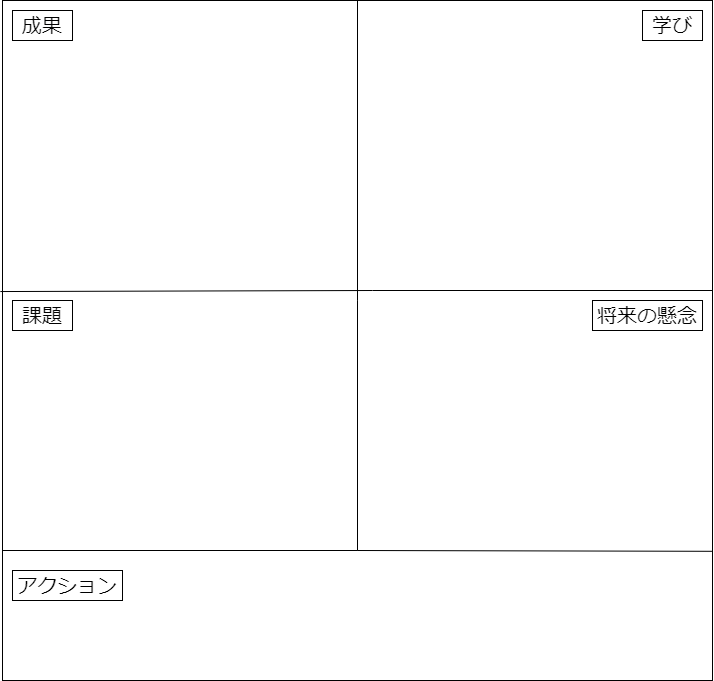
The draw.io diagram images/chap-yumechi/flap.png in onestop-techbook/Agile100, before a commit. Source tidied: cells renumbered, new cells last; positions are measured from the earlier drawing's top-left corner, leaving out a move shared by most shapes. Its diagram source:
```xml
<mxGraphModel>
  <root>
    <mxCell id="0" />
    <mxCell id="1" parent="0" />
    <mxCell id="2" style="rounded=0;whiteSpace=wrap;html=1;" parent="1" vertex="1">
      <mxGeometry width="710" height="680" as="geometry" />
    </mxCell>
    <mxCell id="3" style="endArrow=none;html=1;rounded=0;entryX=0.999;entryY=0.81;entryDx=0;entryDy=0;entryPerimeter=0;" parent="1" edge="1" target="2">
      <mxGeometry relative="1" as="geometry">
        <mxPoint y="550" as="sourcePoint" />
        <Array as="points">
          <mxPoint x="355" y="550" />
        </Array>
      </mxGeometry>
    </mxCell>
    <mxCell id="4" style="endArrow=none;html=1;rounded=0;exitX=-0.003;exitY=0.428;exitDx=0;exitDy=0;exitPerimeter=0;" parent="1" edge="1" source="2" target="2">
      <mxGeometry relative="1" as="geometry">
        <Array as="points">
          <mxPoint x="370" y="290" />
          <mxPoint x="710" y="290" />
        </Array>
      </mxGeometry>
    </mxCell>
    <mxCell id="5" style="endArrow=none;html=1;rounded=0;exitX=0.5;exitY=0;exitDx=0;exitDy=0;" parent="1" edge="1" source="2">
      <mxGeometry relative="1" as="geometry">
        <mxPoint x="355" y="300" as="targetPoint" />
        <Array as="points">
          <mxPoint x="355" y="300" />
          <mxPoint x="355" y="550" />
        </Array>
      </mxGeometry>
    </mxCell>
    <mxCell id="6" value="&lt;font style=&quot;font-size: 20px&quot;&gt;成果&lt;/font&gt;" style="text;html=1;strokeColor=default;fillColor=none;align=center;verticalAlign=middle;whiteSpace=wrap;rounded=0;" parent="1" vertex="1">
      <mxGeometry x="10" y="10" width="60" height="30" as="geometry" />
    </mxCell>
    <mxCell id="7" value="&lt;span style=&quot;font-size: 20px&quot;&gt;学び&lt;/span&gt;" style="text;html=1;strokeColor=default;fillColor=none;align=center;verticalAlign=middle;whiteSpace=wrap;rounded=0;" parent="1" vertex="1">
      <mxGeometry x="640" y="10" width="60" height="30" as="geometry" />
    </mxCell>
    <mxCell id="8" value="&lt;span style=&quot;font-size: 20px&quot;&gt;課題&lt;/span&gt;" style="text;html=1;strokeColor=default;fillColor=none;align=center;verticalAlign=middle;whiteSpace=wrap;rounded=0;" parent="1" vertex="1">
      <mxGeometry x="10" y="300" width="60" height="30" as="geometry" />
    </mxCell>
    <mxCell id="9" value="&lt;span style=&quot;font-size: 20px&quot;&gt;将来の懸念&lt;/span&gt;" style="text;html=1;strokeColor=default;fillColor=none;align=center;verticalAlign=middle;whiteSpace=wrap;rounded=0;" parent="1" vertex="1">
      <mxGeometry x="590" y="300" width="110" height="30" as="geometry" />
    </mxCell>
    <mxCell id="10" value="&lt;span style=&quot;font-size: 20px&quot;&gt;アクション&lt;/span&gt;" style="text;html=1;strokeColor=default;fillColor=none;align=center;verticalAlign=middle;whiteSpace=wrap;rounded=0;" parent="1" vertex="1">
      <mxGeometry x="10" y="570" width="110" height="30" as="geometry" />
    </mxCell>
  </root>
</mxGraphModel>
```
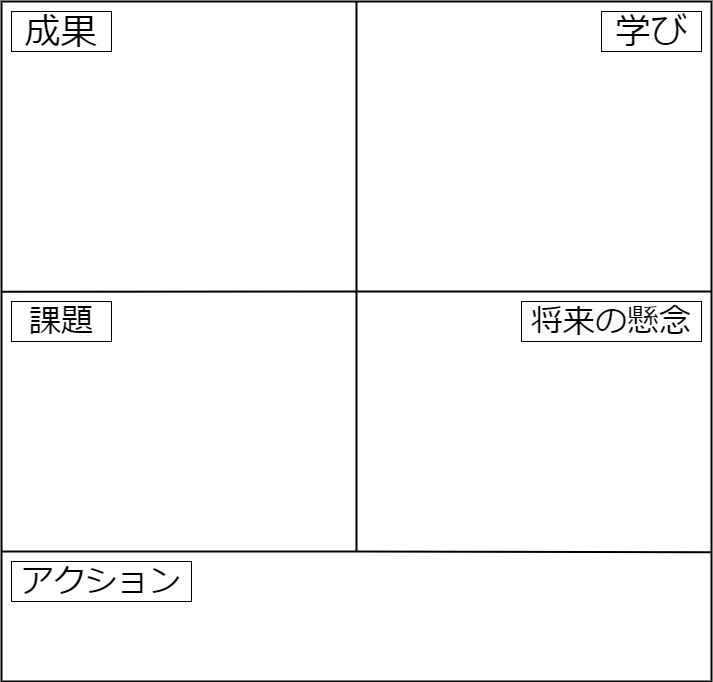
After the commit.

The edit, as a diff of the source:
```diff
@@ -2,10 +2,10 @@
   <root>
     <mxCell id="0" />
     <mxCell id="1" parent="0" />
-    <mxCell id="2" style="rounded=0;whiteSpace=wrap;html=1;" parent="1" vertex="1">
+    <mxCell id="2" style="rounded=0;whiteSpace=wrap;html=1;strokeWidth=2;" parent="1" vertex="1">
       <mxGeometry width="710" height="680" as="geometry" />
     </mxCell>
-    <mxCell id="3" style="endArrow=none;html=1;rounded=0;entryX=0.999;entryY=0.81;entryDx=0;entryDy=0;entryPerimeter=0;" parent="1" edge="1" target="2">
+    <mxCell id="3" style="endArrow=none;html=1;rounded=0;entryX=0.999;entryY=0.81;entryDx=0;entryDy=0;entryPerimeter=0;strokeWidth=2;" parent="1" edge="1" target="2">
       <mxGeometry relative="1" as="geometry">
         <mxPoint y="550" as="sourcePoint" />
         <Array as="points">
@@ -13,7 +13,7 @@
         </Array>
       </mxGeometry>
     </mxCell>
-    <mxCell id="4" style="endArrow=none;html=1;rounded=0;exitX=-0.003;exitY=0.428;exitDx=0;exitDy=0;exitPerimeter=0;" parent="1" edge="1" source="2" target="2">
+    <mxCell id="4" style="endArrow=none;html=1;rounded=0;exitX=0.001;exitY=0.427;exitDx=0;exitDy=0;exitPerimeter=0;strokeWidth=2;" parent="1" edge="1" source="2" target="2">
       <mxGeometry relative="1" as="geometry">
         <Array as="points">
           <mxPoint x="370" y="290" />
@@ -21,7 +21,7 @@
         </Array>
       </mxGeometry>
     </mxCell>
-    <mxCell id="5" style="endArrow=none;html=1;rounded=0;exitX=0.5;exitY=0;exitDx=0;exitDy=0;" parent="1" edge="1" source="2">
+    <mxCell id="5" style="endArrow=none;html=1;rounded=0;exitX=0.5;exitY=0;exitDx=0;exitDy=0;strokeWidth=2;" parent="1" edge="1" source="2">
       <mxGeometry relative="1" as="geometry">
         <mxPoint x="355" y="300" as="targetPoint" />
         <Array as="points">
@@ -30,20 +30,20 @@
         </Array>
       </mxGeometry>
     </mxCell>
-    <mxCell id="6" value="&lt;font style=&quot;font-size: 20px&quot;&gt;成果&lt;/font&gt;" style="text;html=1;strokeColor=default;fillColor=none;align=center;verticalAlign=middle;whiteSpace=wrap;rounded=0;" parent="1" vertex="1">
-      <mxGeometry x="10" y="10" width="60" height="30" as="geometry" />
+    <mxCell id="6" value="&lt;font style=&quot;font-size: 36px&quot;&gt;成果&lt;/font&gt;" style="text;html=1;strokeColor=default;fillColor=none;align=center;verticalAlign=middle;whiteSpace=wrap;rounded=0;" parent="1" vertex="1">
+      <mxGeometry x="10" y="10" width="100" height="40" as="geometry" />
     </mxCell>
-    <mxCell id="7" value="&lt;span style=&quot;font-size: 20px&quot;&gt;学び&lt;/span&gt;" style="text;html=1;strokeColor=default;fillColor=none;align=center;verticalAlign=middle;whiteSpace=wrap;rounded=0;" parent="1" vertex="1">
-      <mxGeometry x="640" y="10" width="60" height="30" as="geometry" />
+    <mxCell id="7" value="&lt;font style=&quot;font-size: 36px&quot;&gt;学び&lt;/font&gt;" style="text;html=1;strokeColor=default;fillColor=none;align=center;verticalAlign=middle;whiteSpace=wrap;rounded=0;" parent="1" vertex="1">
+      <mxGeometry x="600" y="10" width="100" height="40" as="geometry" />
     </mxCell>
-    <mxCell id="8" value="&lt;span style=&quot;font-size: 20px&quot;&gt;課題&lt;/span&gt;" style="text;html=1;strokeColor=default;fillColor=none;align=center;verticalAlign=middle;whiteSpace=wrap;rounded=0;" parent="1" vertex="1">
-      <mxGeometry x="10" y="300" width="60" height="30" as="geometry" />
+    <mxCell id="8" value="&lt;font style=&quot;font-size: 32px&quot;&gt;課題&lt;/font&gt;" style="text;html=1;strokeColor=default;fillColor=none;align=center;verticalAlign=middle;whiteSpace=wrap;rounded=0;" parent="1" vertex="1">
+      <mxGeometry x="10" y="300" width="100" height="40" as="geometry" />
     </mxCell>
-    <mxCell id="9" value="&lt;span style=&quot;font-size: 20px&quot;&gt;将来の懸念&lt;/span&gt;" style="text;html=1;strokeColor=default;fillColor=none;align=center;verticalAlign=middle;whiteSpace=wrap;rounded=0;" parent="1" vertex="1">
-      <mxGeometry x="590" y="300" width="110" height="30" as="geometry" />
+    <mxCell id="9" value="&lt;font style=&quot;font-size: 32px&quot;&gt;将来の懸念&lt;/font&gt;" style="text;html=1;strokeColor=default;fillColor=none;align=center;verticalAlign=middle;whiteSpace=wrap;rounded=0;" parent="1" vertex="1">
+      <mxGeometry x="520" y="300" width="180" height="40" as="geometry" />
     </mxCell>
-    <mxCell id="10" value="&lt;span style=&quot;font-size: 20px&quot;&gt;アクション&lt;/span&gt;" style="text;html=1;strokeColor=default;fillColor=none;align=center;verticalAlign=middle;whiteSpace=wrap;rounded=0;" parent="1" vertex="1">
-      <mxGeometry x="10" y="570" width="110" height="30" as="geometry" />
+    <mxCell id="10" value="&lt;font style=&quot;font-size: 32px&quot;&gt;アクション&lt;/font&gt;" style="text;html=1;strokeColor=default;fillColor=none;align=center;verticalAlign=middle;whiteSpace=wrap;rounded=0;" parent="1" vertex="1">
+      <mxGeometry x="10" y="560" width="180" height="40" as="geometry" />
     </mxCell>
   </root>
 </mxGraphModel>
```
